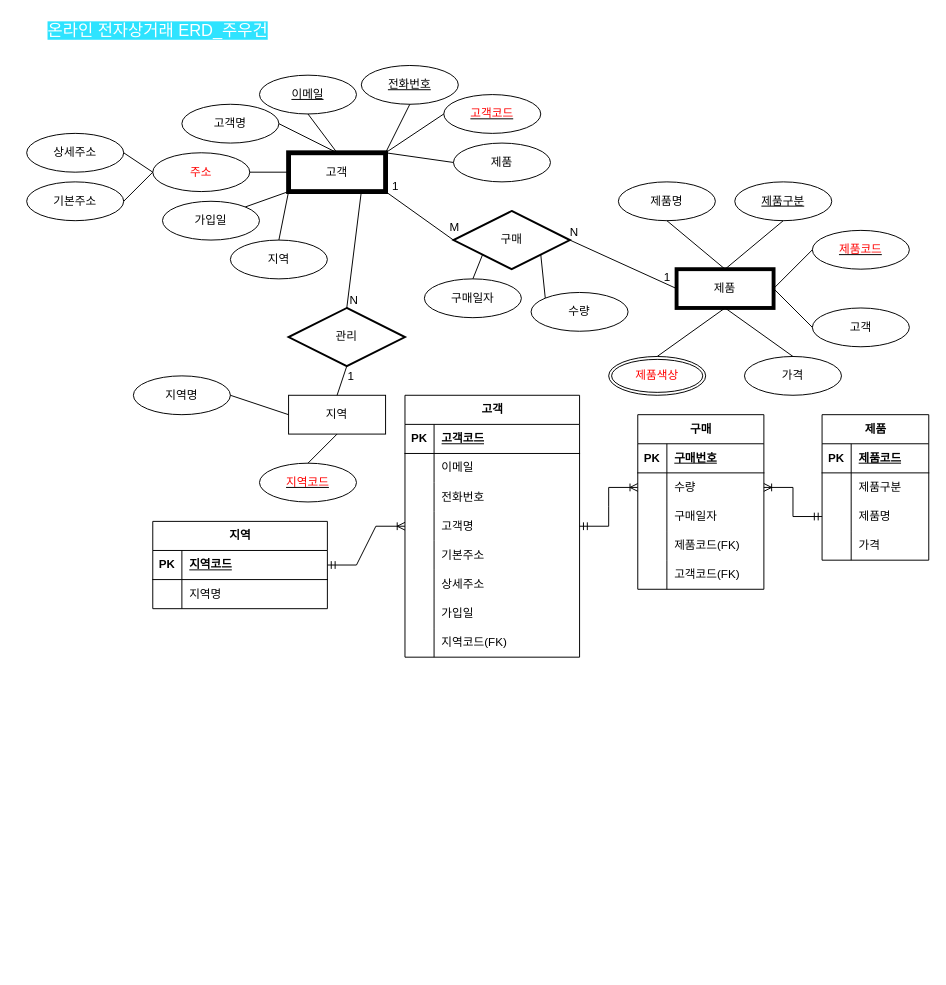
The draw.io diagram product.drawio in Joowoogun/Bigdata, before the edit. Source tidied: cells renumbered, new cells numbered last; positions are measured from the earlier drawing's top-left corner, leaving out a move shared by most shapes. Both pictures are drawn from the tidied source at 97%, with x=0, y=0 at pixel (26, 16).
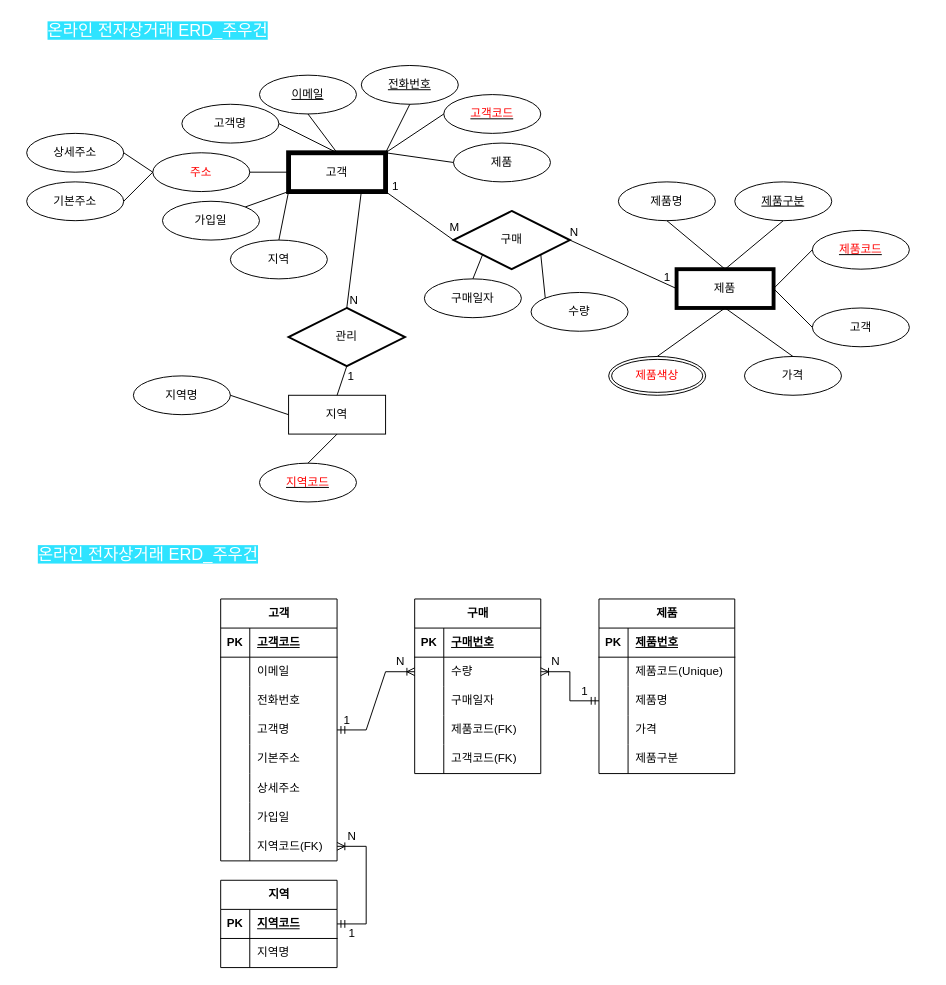
The same diagram, later.

What changed in the source:
```diff
@@
     <mxCell id="58" value="제품" style="shape=table;startSize=30;childLayout=tableLayout;rowLines=0;fontStyle=1;align=center;html=1;" parent="1" vertex="1">
-      <mxGeometry x="820" y="410" width="110" height="150" as="geometry" />
+      <mxGeometry x="590" y="600" width="140" height="180" as="geometry" />
     </mxCell>
     <mxCell id="59" style="shape=tableRow;horizontal=0;startSize=0;swimlaneHead=0;swimlaneBody=0;fillColor=none;top=0;left=0;right=0;bottom=1;" parent="58" vertex="1">
-      <mxGeometry y="30" width="110" height="30" as="geometry" />
+      <mxGeometry y="30" width="140" height="30" as="geometry" />
     </mxCell>
@@
-    <mxCell id="61" value="제품코드" style="shape=partialRectangle;fillColor=none;top=0;left=0;bottom=0;right=0;align=left;spacingLeft=6;fontStyle=5;overflow=hidden;whiteSpace=wrap;html=1;" parent="59" vertex="1">
-      <mxGeometry x="30" width="80" height="30" as="geometry" />
+    <mxCell id="61" value="제품번호" style="shape=partialRectangle;fillColor=none;top=0;left=0;bottom=0;right=0;align=left;spacingLeft=6;fontStyle=5;overflow=hidden;whiteSpace=wrap;html=1;" parent="59" vertex="1">
+      <mxGeometry x="30" width="110" height="30" as="geometry" />
     </mxCell>
     <mxCell id="62" style="shape=tableRow;horizontal=0;startSize=0;swimlaneHead=0;swimlaneBody=0;fillColor=none;top=0;left=0;right=0;bottom=0;" parent="58" vertex="1">
-      <mxGeometry y="60" width="110" height="30" as="geometry" />
+      <mxGeometry y="60" width="140" height="30" as="geometry" />
     </mxCell>
@@
-    <mxCell id="64" value="제품구분" style="shape=partialRectangle;fillColor=none;top=0;left=0;bottom=0;right=0;align=left;spacingLeft=6;overflow=hidden;whiteSpace=wrap;html=1;" parent="62" vertex="1">
-      <mxGeometry x="30" width="80" height="30" as="geometry" />
+    <mxCell id="64" value="제품코드(Unique)" style="shape=partialRectangle;fillColor=none;top=0;left=0;bottom=0;right=0;align=left;spacingLeft=6;overflow=hidden;whiteSpace=wrap;html=1;" parent="62" vertex="1">
+      <mxGeometry x="30" width="110" height="30" as="geometry" />
     </mxCell>
     <mxCell id="65" style="shape=tableRow;horizontal=0;startSize=0;swimlaneHead=0;swimlaneBody=0;fillColor=none;points=[[0,0.5],[1,0.5]];portConstraint=eastwest;top=0;left=0;right=0;bottom=0;" parent="58" vertex="1">
-      <mxGeometry y="90" width="110" height="30" as="geometry" />
+      <mxGeometry y="90" width="140" height="30" as="geometry" />
     </mxCell>
@@
     <mxCell id="67" value="제품명" style="shape=partialRectangle;fillColor=none;top=0;left=0;bottom=0;right=0;align=left;spacingLeft=6;overflow=hidden;whiteSpace=wrap;html=1;" parent="65" vertex="1">
-      <mxGeometry x="30" width="80" height="30" as="geometry" />
+      <mxGeometry x="30" width="110" height="30" as="geometry" />
     </mxCell>
     <mxCell id="68" style="shape=tableRow;horizontal=0;startSize=0;swimlaneHead=0;swimlaneBody=0;fillColor=none;top=0;left=0;right=0;bottom=0;" parent="58" vertex="1">
-      <mxGeometry y="120" width="110" height="30" as="geometry" />
+      <mxGeometry y="120" width="140" height="30" as="geometry" />
     </mxCell>
@@
     <mxCell id="70" value="가격" style="shape=partialRectangle;fillColor=none;top=0;left=0;bottom=0;right=0;align=left;spacingLeft=6;overflow=hidden;whiteSpace=wrap;html=1;" parent="68" vertex="1">
-      <mxGeometry x="30" width="80" height="30" as="geometry" />
+      <mxGeometry x="30" width="110" height="30" as="geometry" />
     </mxCell>
+    <mxCell id="122" style="shape=tableRow;horizontal=0;startSize=0;swimlaneHead=0;swimlaneBody=0;fillColor=none;top=0;left=0;right=0;bottom=0;" parent="58" vertex="1">
+      <mxGeometry y="150" width="140" height="30" as="geometry" />
+    </mxCell>
+    <mxCell id="123" style="shape=partialRectangle;fillColor=none;top=0;left=0;bottom=0;right=0;overflow=hidden;whiteSpace=wrap;html=1;" parent="122" vertex="1">
+      <mxGeometry width="30" height="30" as="geometry" />
+    </mxCell>
+    <mxCell id="124" value="제품구분" style="shape=partialRectangle;fillColor=none;top=0;left=0;bottom=0;right=0;align=left;spacingLeft=6;overflow=hidden;whiteSpace=wrap;html=1;" parent="122" vertex="1">
+      <mxGeometry x="30" width="110" height="30" as="geometry" />
+    </mxCell>
     <mxCell id="71" value="지역" style="shape=table;startSize=30;childLayout=tableLayout;rowLines=0;fontStyle=1;align=center;html=1;" parent="1" vertex="1">
-      <mxGeometry x="130" y="520" width="180" height="90" as="geometry" />
+      <mxGeometry x="200" y="890" width="120" height="90" as="geometry" />
     </mxCell>
     <mxCell id="72" style="shape=tableRow;horizontal=0;startSize=0;swimlaneHead=0;swimlaneBody=0;fillColor=none;points=[[0,0.5],[1,0.5]];portConstraint=eastwest;top=0;left=0;right=0;bottom=1;" parent="71" vertex="1">
-      <mxGeometry y="30" width="180" height="30" as="geometry" />
+      <mxGeometry y="30" width="120" height="30" as="geometry" />
     </mxCell>
@@
     <mxCell id="74" value="지역코드" style="shape=partialRectangle;fillColor=none;top=0;left=0;bottom=0;right=0;align=left;spacingLeft=6;fontStyle=5;overflow=hidden;whiteSpace=wrap;html=1;" parent="72" vertex="1">
-      <mxGeometry x="30" width="150" height="30" as="geometry" />
+      <mxGeometry x="30" width="90" height="30" as="geometry" />
     </mxCell>
     <mxCell id="75" style="shape=tableRow;horizontal=0;startSize=0;swimlaneHead=0;swimlaneBody=0;fillColor=none;top=0;left=0;right=0;bottom=0;" parent="71" vertex="1">
-      <mxGeometry y="60" width="180" height="30" as="geometry" />
+      <mxGeometry y="60" width="120" height="30" as="geometry" />
     </mxCell>
@@
     <mxCell id="77" value="지역명" style="shape=partialRectangle;fillColor=none;top=0;left=0;bottom=0;right=0;align=left;spacingLeft=6;overflow=hidden;whiteSpace=wrap;html=1;" parent="75" vertex="1">
-      <mxGeometry x="30" width="150" height="30" as="geometry" />
+      <mxGeometry x="30" width="90" height="30" as="geometry" />
     </mxCell>
     <mxCell id="78" value="구매" style="shape=table;startSize=30;childLayout=tableLayout;rowLines=0;fontStyle=1;align=center;html=1;" parent="1" vertex="1">
-      <mxGeometry x="630" y="410" width="130" height="180" as="geometry" />
+      <mxGeometry x="400" y="600" width="130" height="180" as="geometry" />
     </mxCell>
@@
     <mxCell id="94" value="고객" style="shape=table;startSize=30;childLayout=tableLayout;rowLines=0;fontStyle=1;align=center;html=1;" parent="1" vertex="1">
-      <mxGeometry x="390" y="390" width="180" height="270" as="geometry" />
+      <mxGeometry x="200" y="600" width="120" height="270" as="geometry" />
     </mxCell>
     <mxCell id="95" style="shape=tableRow;horizontal=0;startSize=0;swimlaneHead=0;swimlaneBody=0;fillColor=none;top=0;left=0;right=0;bottom=1;" parent="94" vertex="1">
-      <mxGeometry y="30" width="180" height="30" as="geometry" />
+      <mxGeometry y="30" width="120" height="30" as="geometry" />
     </mxCell>
@@
     <mxCell id="97" value="고객코드" style="shape=partialRectangle;fillColor=none;top=0;left=0;bottom=0;right=0;align=left;spacingLeft=6;fontStyle=5;overflow=hidden;whiteSpace=wrap;html=1;" parent="95" vertex="1">
-      <mxGeometry x="30" width="150" height="30" as="geometry" />
+      <mxGeometry x="30" width="90" height="30" as="geometry" />
     </mxCell>
     <mxCell id="98" style="shape=tableRow;horizontal=0;startSize=0;swimlaneHead=0;swimlaneBody=0;fillColor=none;top=0;left=0;right=0;bottom=0;" parent="94" vertex="1">
-      <mxGeometry y="60" width="180" height="30" as="geometry" />
+      <mxGeometry y="60" width="120" height="30" as="geometry" />
     </mxCell>
@@
     <mxCell id="100" value="이메일" style="shape=partialRectangle;fillColor=none;top=0;left=0;bottom=0;right=0;align=left;spacingLeft=6;overflow=hidden;whiteSpace=wrap;html=1;" parent="98" vertex="1">
-      <mxGeometry x="30" width="150" height="30" as="geometry" />
+      <mxGeometry x="30" width="90" height="30" as="geometry" />
     </mxCell>
     <mxCell id="101" style="shape=tableRow;horizontal=0;startSize=0;swimlaneHead=0;swimlaneBody=0;fillColor=none;top=0;left=0;right=0;bottom=0;" parent="94" vertex="1">
-      <mxGeometry y="90" width="180" height="30" as="geometry" />
+      <mxGeometry y="90" width="120" height="30" as="geometry" />
     </mxCell>
@@
     <mxCell id="103" value="전화번호" style="shape=partialRectangle;fillColor=none;top=0;left=0;bottom=0;right=0;align=left;spacingLeft=6;overflow=hidden;whiteSpace=wrap;html=1;" parent="101" vertex="1">
-      <mxGeometry x="30" width="150" height="30" as="geometry" />
+      <mxGeometry x="30" width="90" height="30" as="geometry" />
     </mxCell>
     <mxCell id="104" style="shape=tableRow;horizontal=0;startSize=0;swimlaneHead=0;swimlaneBody=0;fillColor=none;points=[[0,0.5],[1,0.5]];portConstraint=eastwest;top=0;left=0;right=0;bottom=0;" parent="94" vertex="1">
-      <mxGeometry y="120" width="180" height="30" as="geometry" />
+      <mxGeometry y="120" width="120" height="30" as="geometry" />
     </mxCell>
@@
     <mxCell id="106" value="고객명" style="shape=partialRectangle;fillColor=none;top=0;left=0;bottom=0;right=0;align=left;spacingLeft=6;overflow=hidden;whiteSpace=wrap;html=1;" parent="104" vertex="1">
-      <mxGeometry x="30" width="150" height="30" as="geometry" />
+      <mxGeometry x="30" width="90" height="30" as="geometry" />
     </mxCell>
     <mxCell id="107" style="shape=tableRow;horizontal=0;startSize=0;swimlaneHead=0;swimlaneBody=0;fillColor=none;top=0;left=0;right=0;bottom=0;" parent="94" vertex="1">
-      <mxGeometry y="150" width="180" height="30" as="geometry" />
+      <mxGeometry y="150" width="120" height="30" as="geometry" />
     </mxCell>
@@
     <mxCell id="109" value="기본주소" style="shape=partialRectangle;fillColor=none;top=0;left=0;bottom=0;right=0;align=left;spacingLeft=6;overflow=hidden;whiteSpace=wrap;html=1;" parent="107" vertex="1">
-      <mxGeometry x="30" width="150" height="30" as="geometry" />
+      <mxGeometry x="30" width="90" height="30" as="geometry" />
     </mxCell>
     <mxCell id="110" style="shape=tableRow;horizontal=0;startSize=0;swimlaneHead=0;swimlaneBody=0;fillColor=none;top=0;left=0;right=0;bottom=0;" parent="94" vertex="1">
-      <mxGeometry y="180" width="180" height="30" as="geometry" />
+      <mxGeometry y="180" width="120" height="30" as="geometry" />
     </mxCell>
@@
     <mxCell id="112" value="상세주소" style="shape=partialRectangle;fillColor=none;top=0;left=0;bottom=0;right=0;align=left;spacingLeft=6;overflow=hidden;whiteSpace=wrap;html=1;" parent="110" vertex="1">
-      <mxGeometry x="30" width="150" height="30" as="geometry" />
+      <mxGeometry x="30" width="90" height="30" as="geometry" />
     </mxCell>
     <mxCell id="113" style="shape=tableRow;horizontal=0;startSize=0;swimlaneHead=0;swimlaneBody=0;fillColor=none;top=0;left=0;right=0;bottom=0;" parent="94" vertex="1">
-      <mxGeometry y="210" width="180" height="30" as="geometry" />
+      <mxGeometry y="210" width="120" height="30" as="geometry" />
     </mxCell>
@@
     <mxCell id="115" value="가입일" style="shape=partialRectangle;fillColor=none;top=0;left=0;bottom=0;right=0;align=left;spacingLeft=6;overflow=hidden;whiteSpace=wrap;html=1;" parent="113" vertex="1">
-      <mxGeometry x="30" width="150" height="30" as="geometry" />
+      <mxGeometry x="30" width="90" height="30" as="geometry" />
     </mxCell>
     <mxCell id="116" style="shape=tableRow;horizontal=0;startSize=0;swimlaneHead=0;swimlaneBody=0;fillColor=none;points=[[0,0.5],[1,0.5]];portConstraint=eastwest;top=0;left=0;right=0;bottom=0;" parent="94" vertex="1">
-      <mxGeometry y="240" width="180" height="30" as="geometry" />
+      <mxGeometry y="240" width="120" height="30" as="geometry" />
     </mxCell>
@@
     <mxCell id="118" value="지역코드(FK)" style="shape=partialRectangle;fillColor=none;top=0;left=0;bottom=0;right=0;align=left;spacingLeft=6;overflow=hidden;whiteSpace=wrap;html=1;" parent="116" vertex="1">
-      <mxGeometry x="30" width="150" height="30" as="geometry" />
+      <mxGeometry x="30" width="90" height="30" as="geometry" />
     </mxCell>
-    <mxCell id="119" style="edgeStyle=entityRelationEdgeStyle;fontSize=12;html=1;endArrow=ERoneToMany;startArrow=ERmandOne;rounded=0;entryX=0;entryY=0.5;entryDx=0;entryDy=0;exitX=1;exitY=0.5;exitDx=0;exitDy=0;" parent="1" edge="1" source="72" target="104">
-      <mxGeometry relative="1" as="geometry">
-        <Array as="points">
-          <mxPoint x="310" y="720" />
-        </Array>
-      </mxGeometry>
-    </mxCell>
@@
+    <mxCell id="125" style="edgeStyle=entityRelationEdgeStyle;fontSize=12;html=1;endArrow=ERoneToMany;startArrow=ERmandOne;rounded=0;entryX=1;entryY=0.5;entryDx=0;entryDy=0;exitX=1;exitY=0.5;exitDx=0;exitDy=0;" parent="1" edge="1" source="72" target="116">
+      <mxGeometry relative="1" as="geometry" />
+    </mxCell>
+    <mxCell id="126" value="&lt;font style=&quot;font-size: 17px; background-color: rgb(46, 227, 255);&quot; color=&quot;#ffffff&quot;&gt;온라인 전자상거래 ERD_주우건&lt;/font&gt;" style="text;html=1;align=center;verticalAlign=middle;strokeColor=none;fillColor=none;strokeWidth=0;" parent="1" vertex="1">
+      <mxGeometry x="-10" y="540" width="270" height="30" as="geometry" />
+    </mxCell>
+    <mxCell id="127" value="1" style="text;html=1;align=center;verticalAlign=middle;strokeColor=none;fillColor=none;" parent="1" vertex="1">
+      <mxGeometry x="320" y="930" width="30" height="30" as="geometry" />
+    </mxCell>
+    <mxCell id="128" value="N" style="text;html=1;align=center;verticalAlign=middle;strokeColor=none;fillColor=none;" parent="1" vertex="1">
+      <mxGeometry x="320" y="830" width="30" height="30" as="geometry" />
+    </mxCell>
+    <mxCell id="129" value="1" style="text;html=1;align=center;verticalAlign=middle;strokeColor=none;fillColor=none;" parent="1" vertex="1">
+      <mxGeometry x="315" y="710" width="30" height="30" as="geometry" />
+    </mxCell>
+    <mxCell id="130" value="N" style="text;html=1;align=center;verticalAlign=middle;strokeColor=none;fillColor=none;" parent="1" vertex="1">
+      <mxGeometry x="370" y="650" width="30" height="30" as="geometry" />
+    </mxCell>
+    <mxCell id="131" value="1" style="text;html=1;align=center;verticalAlign=middle;strokeColor=none;fillColor=none;" parent="1" vertex="1">
+      <mxGeometry x="560" y="680" width="30" height="30" as="geometry" />
+    </mxCell>
+    <mxCell id="132" value="N" style="text;html=1;align=center;verticalAlign=middle;strokeColor=none;fillColor=none;" parent="1" vertex="1">
+      <mxGeometry x="530" y="650" width="30" height="30" as="geometry" />
+    </mxCell>
```
